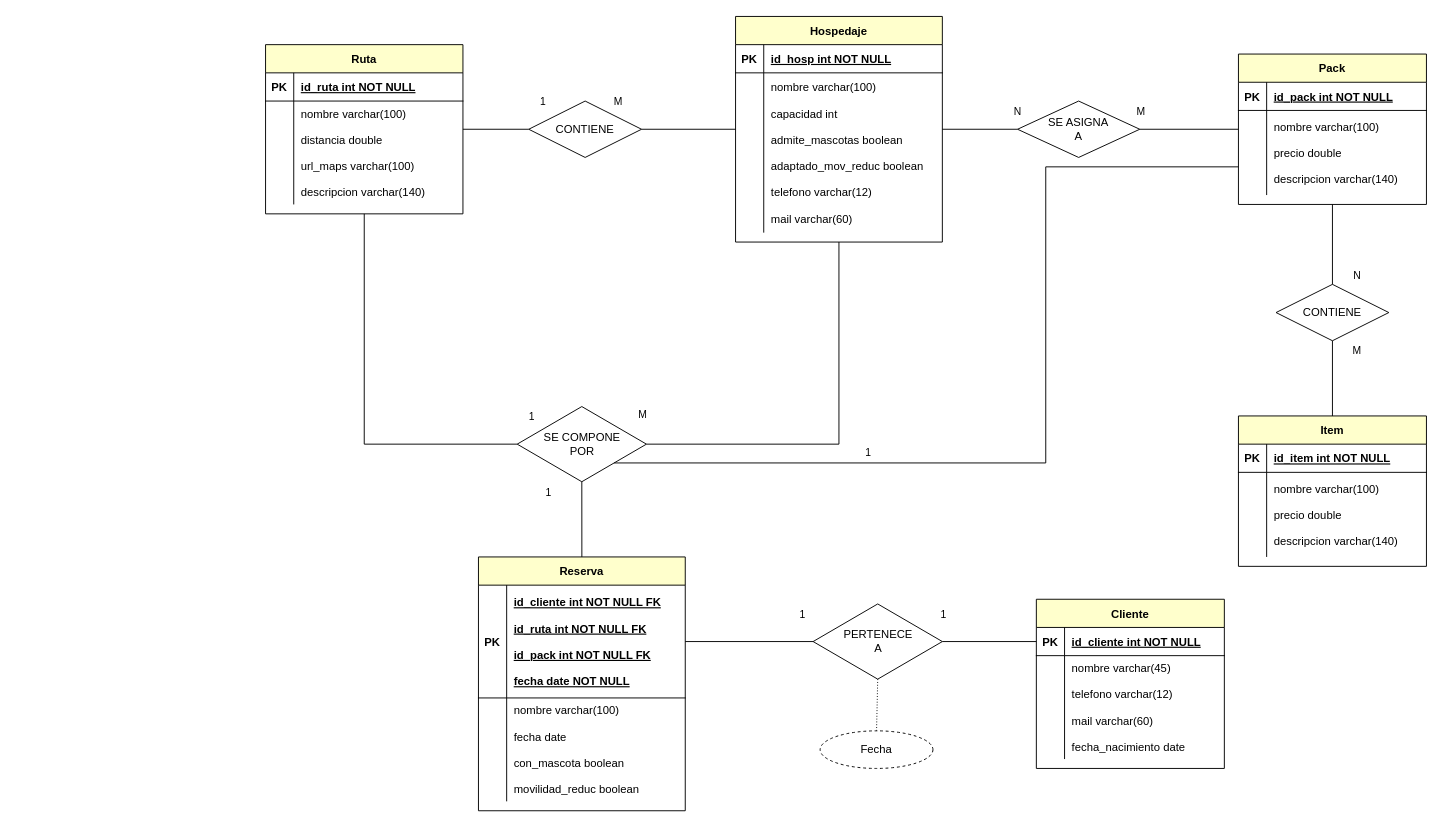
This is 06 - Sistemas de Gestión Empresarial (SGE)/PFM/Fase 4/Diagramas/Diagrama E-R Reservas.drawio from Kadeathdeluz/2-DAM, a draw.io file, before an edit. Source tidied: cells renumbered, new cells numbered last; positions are measured from the earlier drawing's top-left corner, leaving out a move shared by most shapes. Both pictures are drawn from the tidied source at 94%, with x=0, y=0 at pixel (265, 16).
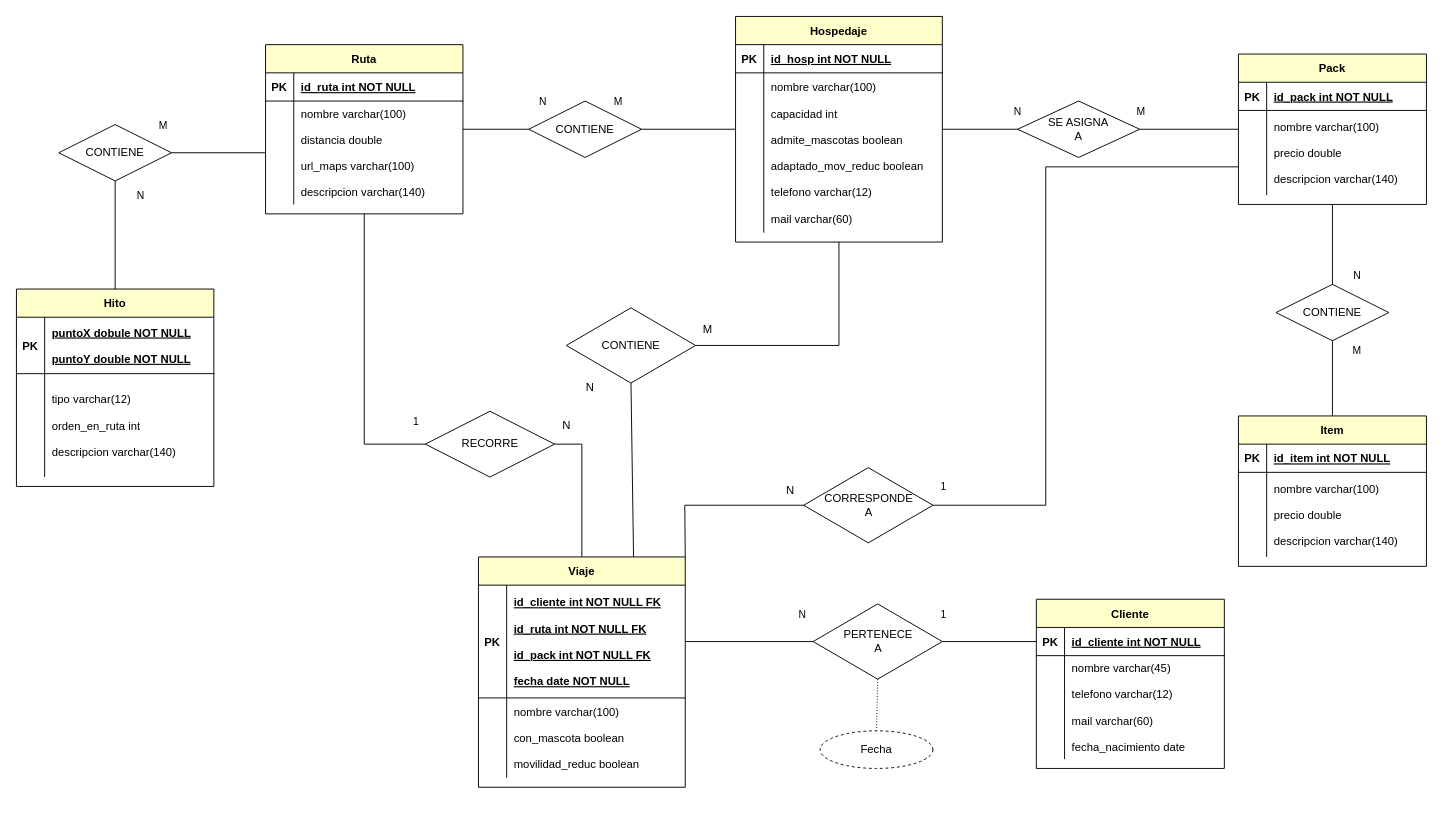
After the change.

The change refers to these unchanged cells:
```xml
<mxCell id="9" value="Hospedaje" style="shape=table;startSize=30;childLayout=tableLayout;rowLines=0;fontStyle=1;align=center;fillColor=#FFFFCC;" parent="1" vertex="1">
  <mxGeometry x="500" width="220" height="240" as="geometry" />
</mxCell>
<mxCell id="16" value="Ruta" style="shape=table;startSize=30;childLayout=tableLayout;rowLines=0;fontStyle=1;align=center;fillColor=#FFFFCC;" parent="1" vertex="1">
  <mxGeometry y="30" width="210" height="180" as="geometry" />
</mxCell>
<mxCell id="20" style="shape=partialRectangle;fillColor=none;points=[[0,0.5],[1,0.5]];portConstraint=eastwest;top=0;left=0;right=0;bottom=0;" parent="16" vertex="1">
  <mxGeometry y="60" width="210" height="110" as="geometry" />
</mxCell>
<mxCell id="30" value="Pack" style="shape=table;startSize=30;childLayout=tableLayout;rowLines=0;fontStyle=1;align=center;fillColor=#FFFFCC;" parent="1" vertex="1">
  <mxGeometry x="1035" y="40" width="200" height="160" as="geometry" />
</mxCell>
<mxCell id="44" style="endArrow=none;html=1;rounded=0;exitX=1;exitY=0.5;exitDx=0;exitDy=0;entryX=0;entryY=0.5;entryDx=0;entryDy=0;" parent="1" edge="1" source="16" target="46">
  <mxGeometry relative="1" as="geometry" />
</mxCell>
<mxCell id="68" style="endArrow=none;html=1;rounded=0;exitX=0;exitY=0.5;exitDx=0;exitDy=0;entryX=1;entryY=0.5;entryDx=0;entryDy=0;" parent="1" edge="1" source="67" target="38">
  <mxGeometry relative="1" as="geometry" />
</mxCell>
```

Diff of the diagram source:
```diff
@@
-    <mxCell id="37" value="Reserva" style="shape=table;startSize=30;childLayout=tableLayout;rowLines=0;fontStyle=1;align=center;fillColor=#FFFFCC;" parent="1" vertex="1">
-      <mxGeometry x="226.5" y="575" width="220" height="270" as="geometry" />
+    <mxCell id="37" value="Viaje" style="shape=table;startSize=30;childLayout=tableLayout;rowLines=0;fontStyle=1;align=center;fillColor=#FFFFCC;" parent="1" vertex="1">
+      <mxGeometry x="226.5" y="575" width="220" height="245" as="geometry" />
     </mxCell>
@@
     <mxCell id="41" style="shape=partialRectangle;fillColor=none;top=0;left=0;right=0;bottom=0;" parent="37" vertex="1">
-      <mxGeometry y="150" width="220" height="110" as="geometry" />
+      <mxGeometry y="150" width="220" height="85" as="geometry" />
     </mxCell>
     <mxCell id="42" style="shape=partialRectangle;overflow=hidden;fillColor=none;top=0;left=0;bottom=0;right=0;" parent="41" vertex="1">
-      <mxGeometry width="30" height="110" as="geometry" />
+      <mxGeometry width="30" height="85" as="geometry" />
     </mxCell>
-    <mxCell id="43" value="nombre varchar(100)&#10;&#10;fecha date&#10;&#10;con_mascota boolean&#10;&#10;movilidad_reduc boolean" style="shape=partialRectangle;overflow=hidden;fillColor=none;top=0;left=0;bottom=0;right=0;align=left;spacingLeft=6;" parent="41" vertex="1">
-      <mxGeometry x="30" width="190" height="110" as="geometry" />
+    <mxCell id="43" value="nombre varchar(100)&#10;&#10;con_mascota boolean&#10;&#10;movilidad_reduc boolean" style="shape=partialRectangle;overflow=hidden;fillColor=none;top=0;left=0;bottom=0;right=0;align=left;spacingLeft=6;" parent="41" vertex="1">
+      <mxGeometry x="30" width="190" height="85" as="geometry" />
     </mxCell>
@@
-    <mxCell id="45" value="1" style="edgeLabel;html=1;align=center;verticalAlign=middle;" parent="44" vertex="1">
+    <mxCell id="45" value="N" style="edgeLabel;html=1;align=center;verticalAlign=middle;" parent="44" vertex="1">
       <mxGeometry x="0.6" y="2" relative="1" as="geometry">
         <mxPoint x="28" y="-28" as="offset" />
       </mxGeometry>
     </mxCell>
@@
-    <mxCell id="49" style="endArrow=none;html=1;rounded=0;exitX=0.5;exitY=1;exitDx=0;exitDy=0;entryX=0;entryY=0.5;entryDx=0;entryDy=0;" parent="1" edge="1" source="16" target="51">
+    <mxCell id="49" style="endArrow=none;html=1;rounded=0;exitX=0.5;exitY=1;exitDx=0;exitDy=0;entryX=0;entryY=0.5;entryDx=0;entryDy=0;" parent="1" edge="1" source="16" target="76">
       <mxGeometry relative="1" as="geometry">
         <Array as="points">
           <mxPoint x="105" y="455" />
         </Array>
       </mxGeometry>
     </mxCell>
     <mxCell id="50" value="1" style="edgeLabel;html=1;align=center;verticalAlign=middle;" parent="49" vertex="1">
       <mxGeometry x="0.6" y="2" relative="1" as="geometry">
-        <mxPoint x="96" y="-28" as="offset" />
+        <mxPoint x="51" y="-23" as="offset" />
       </mxGeometry>
     </mxCell>
-    <mxCell id="51" value="SE COMPONE&lt;div&gt;POR&lt;/div&gt;" style="shape=rhombus;perimeter=rhombusPerimeter;whiteSpace=wrap;html=1;align=center;" parent="1" vertex="1">
-      <mxGeometry x="267.7" y="415" width="137.5" height="80" as="geometry" />
-    </mxCell>
-    <mxCell id="52" style="endArrow=none;html=1;rounded=0;exitX=1;exitY=0.5;exitDx=0;exitDy=0;entryX=0.5;entryY=1;entryDx=0;entryDy=0;" parent="1" edge="1" source="51" target="9">
+    <mxCell id="52" style="endArrow=none;html=1;rounded=0;entryX=0.5;entryY=1;entryDx=0;entryDy=0;exitX=1;exitY=0.5;exitDx=0;exitDy=0;" parent="1" edge="1" source="80" target="9">
       <mxGeometry relative="1" as="geometry">
         <Array as="points">
-          <mxPoint x="610" y="455" />
+          <mxPoint x="610" y="350" />
         </Array>
       </mxGeometry>
     </mxCell>
@@
-    <mxCell id="54" style="endArrow=none;html=1;rounded=0;exitX=0.5;exitY=0;exitDx=0;exitDy=0;entryX=0.5;entryY=1;entryDx=0;entryDy=0;" parent="1" edge="1" source="37" target="51">
-      <mxGeometry relative="1" as="geometry" />
-    </mxCell>
-    <mxCell id="55" value="1" style="edgeLabel;html=1;align=center;verticalAlign=middle;" parent="54" vertex="1">
-      <mxGeometry x="0.6" y="2" relative="1" as="geometry">
-        <mxPoint x="-34" y="-5" as="offset" />
-      </mxGeometry>
-    </mxCell>
@@
-    <mxCell id="69" value="1" style="edgeLabel;html=1;align=center;verticalAlign=middle;" parent="68" vertex="1">
+    <mxCell id="69" value="N" style="edgeLabel;html=1;align=center;verticalAlign=middle;" parent="68" vertex="1">
       <mxGeometry x="0.6" y="2" relative="1" as="geometry">
         <mxPoint x="97" y="-32" as="offset" />
       </mxGeometry>
     </mxCell>
@@
-    <mxCell id="73" style="endArrow=none;html=1;rounded=0;exitX=1;exitY=1;exitDx=0;exitDy=0;entryX=0;entryY=0.75;entryDx=0;entryDy=0;" parent="1" edge="1" source="51" target="30">
+    <mxCell id="73" style="endArrow=none;html=1;rounded=0;exitX=1;exitY=0.5;exitDx=0;exitDy=0;entryX=0;entryY=0.75;entryDx=0;entryDy=0;" parent="1" edge="1" source="78" target="30">
       <mxGeometry relative="1" as="geometry">
         <Array as="points">
-          <mxPoint x="830" y="475" />
+          <mxPoint x="830" y="520" />
           <mxPoint x="830" y="160" />
         </Array>
       </mxGeometry>
     </mxCell>
     <mxCell id="74" value="1" style="edgeLabel;html=1;align=center;verticalAlign=middle;" parent="73" vertex="1">
       <mxGeometry x="0.15" y="-2" relative="1" as="geometry">
-        <mxPoint x="-192" y="92" as="offset" />
+        <mxPoint x="-112" y="253" as="offset" />
       </mxGeometry>
     </mxCell>
+    <mxCell id="75" style="edgeStyle=orthogonalEdgeStyle;rounded=0;jettySize=auto;html=1;exitX=1;exitY=0.5;exitDx=0;exitDy=0;entryX=0.5;entryY=0;entryDx=0;entryDy=0;endArrow=none;startFill=0;" parent="1" edge="1" source="76" target="37">
+      <mxGeometry relative="1" as="geometry" />
+    </mxCell>
+    <mxCell id="76" value="RECORRE" style="shape=rhombus;perimeter=rhombusPerimeter;whiteSpace=wrap;html=1;align=center;" parent="1" vertex="1">
+      <mxGeometry x="170" y="420" width="137.5" height="70" as="geometry" />
+    </mxCell>
+    <mxCell id="77" style="endArrow=none;html=1;rounded=0;exitX=1;exitY=0;exitDx=0;exitDy=0;entryX=0;entryY=0.5;entryDx=0;entryDy=0;" parent="1" edge="1" source="37" target="78">
+      <mxGeometry relative="1" as="geometry">
+        <Array as="points">
+          <mxPoint x="446" y="520" />
+        </Array>
+      </mxGeometry>
+    </mxCell>
+    <mxCell id="78" value="CORRESPONDE&lt;div&gt;A&lt;/div&gt;" style="shape=rhombus;perimeter=rhombusPerimeter;whiteSpace=wrap;html=1;align=center;" parent="1" vertex="1">
+      <mxGeometry x="572.5" y="480" width="137.5" height="80" as="geometry" />
+    </mxCell>
+    <mxCell id="79" style="endArrow=none;html=1;rounded=0;exitX=0.75;exitY=0;exitDx=0;exitDy=0;entryX=0.5;entryY=1;entryDx=0;entryDy=0;" parent="1" edge="1" source="37" target="80">
+      <mxGeometry relative="1" as="geometry" />
+    </mxCell>
+    <mxCell id="80" value="CONTIENE" style="shape=rhombus;perimeter=rhombusPerimeter;whiteSpace=wrap;html=1;align=center;" parent="1" vertex="1">
+      <mxGeometry x="320" y="310" width="137.5" height="80" as="geometry" />
+    </mxCell>
+    <mxCell id="81" value="N" style="text;html=1;align=center;verticalAlign=middle;strokeColor=none;fillColor=none;" parent="1" vertex="1">
+      <mxGeometry x="542.5" y="490" width="30" height="30" as="geometry" />
+    </mxCell>
+    <mxCell id="82" value="N" style="text;html=1;align=center;verticalAlign=middle;strokeColor=none;fillColor=none;" parent="1" vertex="1">
+      <mxGeometry x="330" y="380" width="30" height="30" as="geometry" />
+    </mxCell>
+    <mxCell id="83" value="M" style="text;html=1;align=center;verticalAlign=middle;strokeColor=none;fillColor=none;" parent="1" vertex="1">
+      <mxGeometry x="455" y="318" width="30" height="30" as="geometry" />
+    </mxCell>
+    <mxCell id="84" value="N" style="text;html=1;align=center;verticalAlign=middle;strokeColor=none;fillColor=none;" parent="1" vertex="1">
+      <mxGeometry x="305" y="420" width="30" height="30" as="geometry" />
+    </mxCell>
+    <mxCell id="85" value="Hito" style="shape=table;startSize=30;childLayout=tableLayout;rowLines=0;fontStyle=1;align=center;fillColor=#FFFFCC;" parent="1" vertex="1">
+      <mxGeometry x="-265" y="290" width="210" height="210" as="geometry" />
+    </mxCell>
+    <mxCell id="86" style="shape=partialRectangle;fillColor=none;top=0;left=0;right=0;bottom=1;" parent="85" vertex="1">
+      <mxGeometry y="30" width="210" height="60" as="geometry" />
+    </mxCell>
+    <mxCell id="87" value="PK" style="shape=partialRectangle;overflow=hidden;fillColor=none;top=0;left=0;bottom=0;right=0;fontStyle=1;" parent="86" vertex="1">
+      <mxGeometry width="30" height="60" as="geometry" />
+    </mxCell>
+    <mxCell id="88" value="puntoX dobule NOT NULL&#10;&#10;puntoY double NOT NULL" style="shape=partialRectangle;overflow=hidden;fillColor=none;top=0;left=0;bottom=0;right=0;align=left;spacingLeft=6;fontStyle=5;" parent="86" vertex="1">
+      <mxGeometry x="30" width="180" height="60" as="geometry" />
+    </mxCell>
+    <mxCell id="89" style="shape=partialRectangle;fillColor=none;top=0;left=0;right=0;bottom=0;" parent="85" vertex="1">
+      <mxGeometry y="90" width="210" height="110" as="geometry" />
+    </mxCell>
+    <mxCell id="90" style="shape=partialRectangle;overflow=hidden;fillColor=none;top=0;left=0;bottom=0;right=0;" parent="89" vertex="1">
+      <mxGeometry width="30" height="110" as="geometry" />
+    </mxCell>
+    <mxCell id="91" value="tipo varchar(12)&#10;&#10;orden_en_ruta int&#10;&#10;descripcion varchar(140)" style="shape=partialRectangle;overflow=hidden;fillColor=none;top=0;left=0;bottom=0;right=0;align=left;spacingLeft=6;" parent="89" vertex="1">
+      <mxGeometry x="30" width="180" height="110" as="geometry" />
+    </mxCell>
+    <mxCell id="92" style="endArrow=none;html=1;rounded=0;exitX=0.5;exitY=0;exitDx=0;exitDy=0;entryX=0.5;entryY=1;entryDx=0;entryDy=0;" parent="1" edge="1" source="85" target="94">
+      <mxGeometry relative="1" as="geometry" />
+    </mxCell>
+    <mxCell id="93" value="N" style="edgeLabel;html=1;align=center;verticalAlign=middle;" parent="92" vertex="1">
+      <mxGeometry x="0.6" y="2" relative="1" as="geometry">
+        <mxPoint x="28" y="-8" as="offset" />
+      </mxGeometry>
+    </mxCell>
+    <mxCell id="94" value="CONTIENE" style="shape=rhombus;perimeter=rhombusPerimeter;whiteSpace=wrap;html=1;align=center;" parent="1" vertex="1">
+      <mxGeometry x="-220" y="115" width="120" height="60" as="geometry" />
+    </mxCell>
+    <mxCell id="95" style="endArrow=none;html=1;rounded=0;exitX=1;exitY=0.5;exitDx=0;exitDy=0;entryX=0;entryY=0.5;entryDx=0;entryDy=0;" parent="1" edge="1" source="94" target="20">
+      <mxGeometry relative="1" as="geometry" />
+    </mxCell>
+    <mxCell id="96" value="M" style="edgeLabel;html=1;align=center;verticalAlign=middle;" parent="95" vertex="1">
+      <mxGeometry x="0.15" y="-2" relative="1" as="geometry">
+        <mxPoint x="-67" y="-32" as="offset" />
+      </mxGeometry>
+    </mxCell>
```
